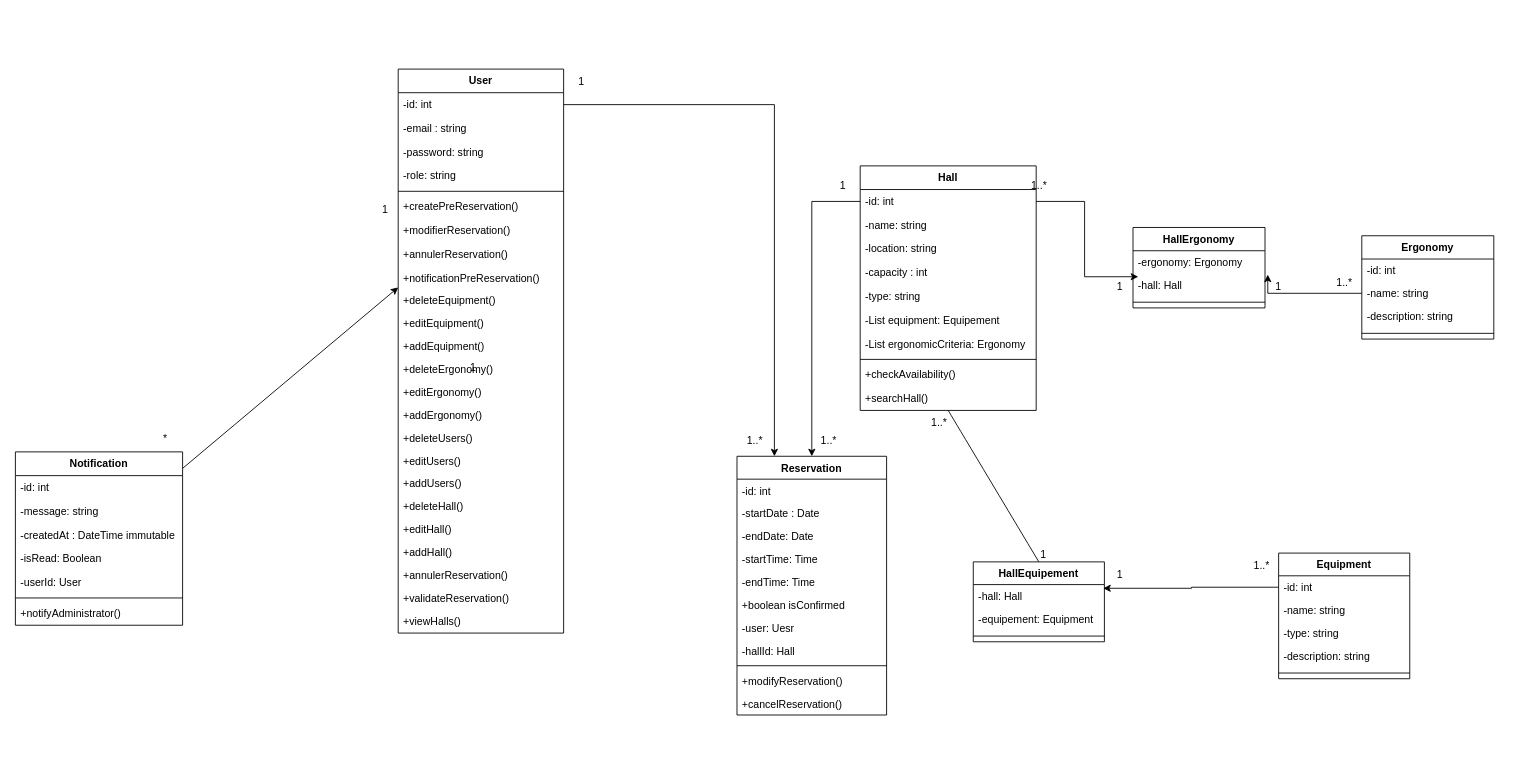
Earlier version of the draw.io diagram page "Page-6" (6 of 6) of Appli reservation de salle.drawio (tenyega/gestion_salle). Source tidied: cells renumbered, new cells numbered last; positions are measured from the earlier drawing's top-left corner, leaving out a move shared by most shapes. Both pictures are drawn from the tidied source at 88%, with x=0, y=0 at pixel (15, 69).
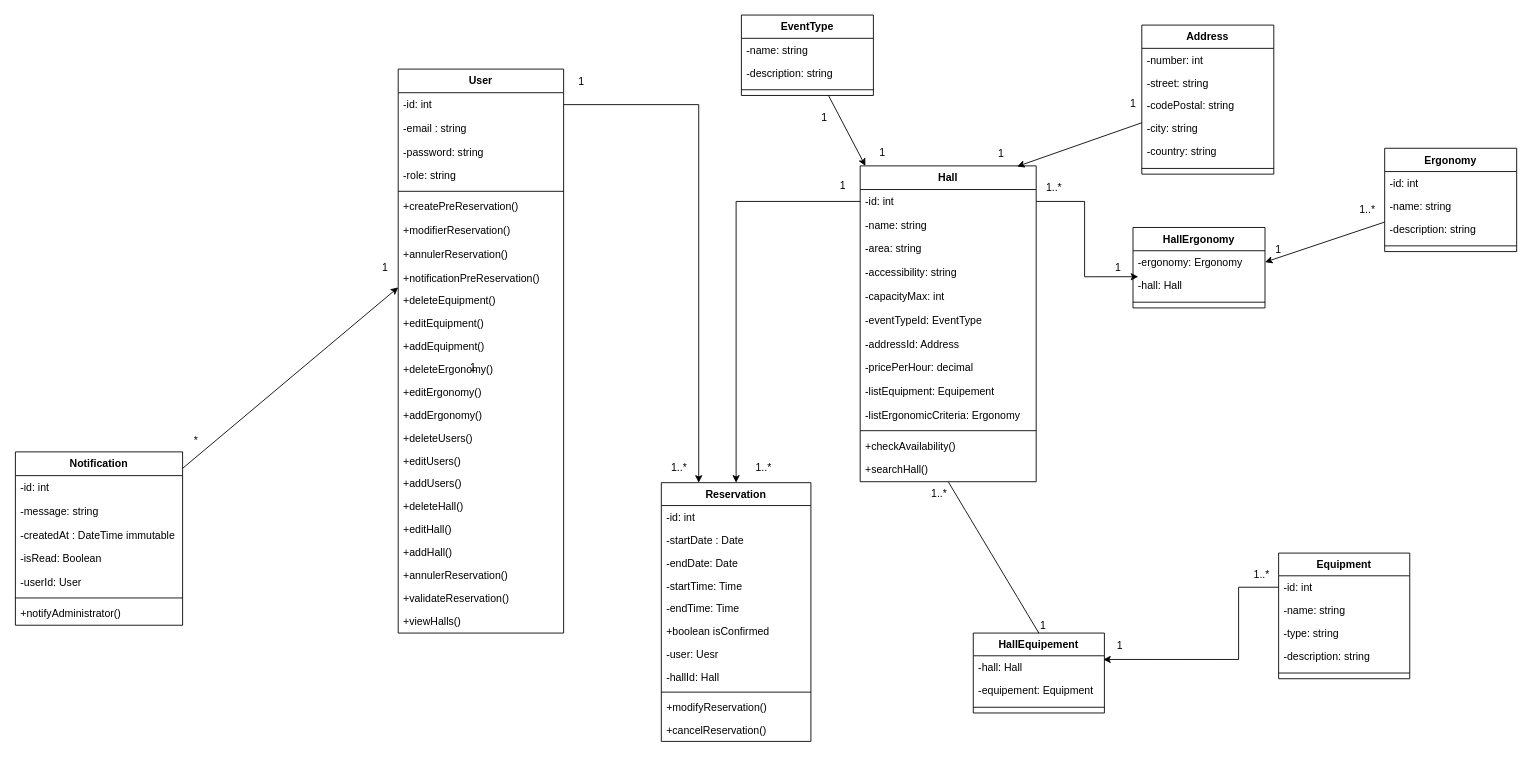
The same page after the edit.

Commit message:
modif diagramme

The change refers to these unchanged cells:
```xml
<mxCell id="51" value="-hall: Hall" style="text;strokeColor=none;fillColor=none;align=left;verticalAlign=top;spacingLeft=4;spacingRight=4;overflow=hidden;points=[[0,0.5],[1,0.5]];portConstraint=eastwest;" parent="50" vertex="1">
  <mxGeometry y="25.8" width="149" height="26" as="geometry" />
</mxCell>
<mxCell id="56" value="-name: string" style="text;strokeColor=none;fillColor=none;align=left;verticalAlign=top;spacingLeft=4;spacingRight=4;overflow=hidden;points=[[0,0.5],[1,0.5]];portConstraint=eastwest;" parent="54" vertex="1">
  <mxGeometry y="52.4" width="150" height="26" as="geometry" />
</mxCell>
<mxCell id="63" value="-ergonomy: Ergonomy" style="text;strokeColor=none;fillColor=none;align=left;verticalAlign=top;spacingLeft=4;spacingRight=4;overflow=hidden;points=[[0,0.5],[1,0.5]];portConstraint=eastwest;" parent="62" vertex="1">
  <mxGeometry y="26.4" width="150" height="26" as="geometry" />
</mxCell>
<mxCell id="64" value="-hall: Hall" style="text;strokeColor=none;fillColor=none;align=left;verticalAlign=top;spacingLeft=4;spacingRight=4;overflow=hidden;points=[[0,0.5],[1,0.5]];portConstraint=eastwest;" parent="62" vertex="1">
  <mxGeometry y="52.4" width="150" height="26" as="geometry" />
</mxCell>
<mxCell id="73" value="-id: int" style="text;strokeColor=none;fillColor=none;align=left;verticalAlign=top;spacingLeft=4;spacingRight=4;overflow=hidden;points=[[0,0.5],[1,0.5]];portConstraint=eastwest;" parent="72" vertex="1">
  <mxGeometry y="25.8" width="149" height="26" as="geometry" />
</mxCell>
```

What changed in the source:
```diff
@@
     <mxCell id="27" value="Hall" style="swimlane;fontStyle=1;align=center;verticalAlign=top;horizontal=1;startSize=26.857142857142858;" parent="1" vertex="1">
-      <mxGeometry x="960" y="110" width="200" height="277.9" as="geometry" />
+      <mxGeometry x="960" y="110" width="200" height="358.9" as="geometry" />
     </mxCell>
@@
-    <mxCell id="30" value="-location: string" style="text;strokeColor=none;fillColor=none;align=left;verticalAlign=top;spacingLeft=4;spacingRight=4;overflow=hidden;" parent="27" vertex="1">
-      <mxGeometry y="80.9" width="200" height="27" as="geometry" />
-    </mxCell>
+    <mxCell id="99" value="-area: string&#10;" style="text;strokeColor=none;fillColor=none;align=left;verticalAlign=top;spacingLeft=4;spacingRight=4;overflow=hidden;" parent="27" vertex="1">
+      <mxGeometry y="80.9" width="200" height="27" as="geometry" />
+    </mxCell>
+    <mxCell id="100" value="-accessibility: string&#10;" style="text;strokeColor=none;fillColor=none;align=left;verticalAlign=top;spacingLeft=4;spacingRight=4;overflow=hidden;" parent="27" vertex="1">
+      <mxGeometry y="107.9" width="200" height="27" as="geometry" />
+    </mxCell>
-    <mxCell id="31" value="-capacity : int" style="text;strokeColor=none;fillColor=none;align=left;verticalAlign=top;spacingLeft=4;spacingRight=4;overflow=hidden;" parent="27" vertex="1">
-      <mxGeometry y="107.9" width="200" height="27" as="geometry" />
+    <mxCell id="31" value="-capacityMax: int" style="text;strokeColor=none;fillColor=none;align=left;verticalAlign=top;spacingLeft=4;spacingRight=4;overflow=hidden;" parent="27" vertex="1">
+      <mxGeometry y="134.9" width="200" height="27" as="geometry" />
     </mxCell>
-    <mxCell id="32" value="-type: string" style="text;strokeColor=none;fillColor=none;align=left;verticalAlign=top;spacingLeft=4;spacingRight=4;overflow=hidden;" parent="27" vertex="1">
-      <mxGeometry y="134.9" width="200" height="27" as="geometry" />
-    </mxCell>
+    <mxCell id="101" value="-eventTypeId: EventType" style="text;strokeColor=none;fillColor=none;align=left;verticalAlign=top;spacingLeft=4;spacingRight=4;overflow=hidden;" parent="27" vertex="1">
+      <mxGeometry y="161.9" width="200" height="27" as="geometry" />
+    </mxCell>
+    <mxCell id="102" value="-addressId: Address" style="text;strokeColor=none;fillColor=none;align=left;verticalAlign=top;spacingLeft=4;spacingRight=4;overflow=hidden;" parent="27" vertex="1">
+      <mxGeometry y="188.9" width="200" height="27" as="geometry" />
+    </mxCell>
+    <mxCell id="103" value="-pricePerHour: decimal&#10;" style="text;strokeColor=none;fillColor=none;align=left;verticalAlign=top;spacingLeft=4;spacingRight=4;overflow=hidden;" parent="27" vertex="1">
+      <mxGeometry y="215.9" width="200" height="27" as="geometry" />
+    </mxCell>
-    <mxCell id="33" value="-List equipment: Equipement" style="text;strokeColor=none;fillColor=none;align=left;verticalAlign=top;spacingLeft=4;spacingRight=4;overflow=hidden;" parent="27" vertex="1">
-      <mxGeometry y="161.9" width="200" height="27" as="geometry" />
+    <mxCell id="33" value="-listEquipment: Equipement" style="text;strokeColor=none;fillColor=none;align=left;verticalAlign=top;spacingLeft=4;spacingRight=4;overflow=hidden;" parent="27" vertex="1">
+      <mxGeometry y="242.9" width="200" height="27" as="geometry" />
     </mxCell>
-    <mxCell id="34" value="-List ergonomicCriteria: Ergonomy" style="text;strokeColor=none;fillColor=none;align=left;verticalAlign=top;spacingLeft=4;spacingRight=4;overflow=hidden;" parent="27" vertex="1">
-      <mxGeometry y="188.9" width="200" height="27" as="geometry" />
+    <mxCell id="34" value="-listErgonomicCriteria: Ergonomy" style="text;strokeColor=none;fillColor=none;align=left;verticalAlign=top;spacingLeft=4;spacingRight=4;overflow=hidden;" parent="27" vertex="1">
+      <mxGeometry y="269.9" width="200" height="27" as="geometry" />
     </mxCell>
     <mxCell id="35" style="line;strokeWidth=1;fillColor=none;align=left;verticalAlign=middle;spacingTop=-1;spacingLeft=3;spacingRight=3;labelPosition=right;strokeColor=inherit;" parent="27" vertex="1">
-      <mxGeometry y="215.9" width="200" height="8" as="geometry" />
+      <mxGeometry y="296.9" width="200" height="8" as="geometry" />
     </mxCell>
     <mxCell id="36" value="+checkAvailability()" style="text;strokeColor=none;fillColor=none;align=left;verticalAlign=top;spacingLeft=4;spacingRight=4;overflow=hidden;" parent="27" vertex="1">
-      <mxGeometry y="223.9" width="200" height="27" as="geometry" />
+      <mxGeometry y="304.9" width="200" height="27" as="geometry" />
     </mxCell>
     <mxCell id="37" value="+searchHall()" style="text;strokeColor=none;fillColor=none;align=left;verticalAlign=top;spacingLeft=4;spacingRight=4;overflow=hidden;" parent="27" vertex="1">
-      <mxGeometry y="250.9" width="200" height="27" as="geometry" />
+      <mxGeometry y="331.9" width="200" height="27" as="geometry" />
     </mxCell>
     <mxCell id="38" value="Reservation" style="swimlane;fontStyle=1;align=center;verticalAlign=top;horizontal=1;startSize=26;" parent="1" vertex="1">
-      <mxGeometry x="820" y="440" width="170" height="294" as="geometry" />
+      <mxGeometry x="734" y="470" width="170" height="294" as="geometry" />
     </mxCell>
@@
     <mxCell id="50" value="HallEquipement" style="swimlane;fontStyle=1;align=center;verticalAlign=top;horizontal=1;startSize=25.818181818181817;" parent="1" vertex="1">
-      <mxGeometry x="1088.5" y="560" width="149" height="90.8" as="geometry" />
+      <mxGeometry x="1088.5" y="640.9" width="149" height="90.8" as="geometry" />
     </mxCell>
@@
+    <mxCell id="104" style="edgeStyle=none;html=1;entryX=1;entryY=0.5;entryDx=0;entryDy=0;" parent="1" edge="1" source="54" target="63">
+      <mxGeometry relative="1" as="geometry" />
+    </mxCell>
     <mxCell id="54" value="Ergonomy" style="swimlane;fontStyle=1;align=center;verticalAlign=top;horizontal=1;startSize=26.444444444444443;" parent="1" vertex="1">
-      <mxGeometry x="1530" y="189.4" width="150" height="117.4" as="geometry" />
+      <mxGeometry x="1556" y="90" width="150" height="117.4" as="geometry" />
     </mxCell>
@@
-    <mxCell id="67" style="edgeStyle=orthogonalEdgeStyle;rounded=0;jettySize=auto;html=1;entryX=1.021;entryY=0.044;entryDx=0;entryDy=0;entryPerimeter=0;" parent="1" edge="1" source="56" target="64">
-      <mxGeometry relative="1" as="geometry">
-        <Array as="points">
-          <mxPoint x="1423" y="255" />
-        </Array>
-      </mxGeometry>
-    </mxCell>
     <mxCell id="68" value="1..*" style="text;html=1;align=center;verticalAlign=middle;strokeColor=none;fillColor=none;" parent="1" vertex="1">
-      <mxGeometry x="1143" y="118" width="40" height="30" as="geometry" />
+      <mxGeometry x="1160" y="120" width="40" height="30" as="geometry" />
     </mxCell>
     <mxCell id="69" value="1" style="text;html=1;align=center;verticalAlign=middle;strokeColor=none;fillColor=none;" parent="1" vertex="1">
-      <mxGeometry x="1240" y="233.1" width="30" height="30" as="geometry" />
+      <mxGeometry x="1237.5" y="210.7" width="30" height="30" as="geometry" />
     </mxCell>
     <mxCell id="70" value="1" style="text;html=1;align=center;verticalAlign=middle;strokeColor=none;fillColor=none;" parent="1" vertex="1">
-      <mxGeometry x="1420" y="233.1" width="30" height="30" as="geometry" />
+      <mxGeometry x="1420" y="190" width="30" height="30" as="geometry" />
     </mxCell>
     <mxCell id="71" value="1..*" style="text;html=1;align=center;verticalAlign=middle;strokeColor=none;fillColor=none;" parent="1" vertex="1">
-      <mxGeometry x="1490" y="228" width="40" height="30" as="geometry" />
+      <mxGeometry x="1516" y="145" width="40" height="30" as="geometry" />
     </mxCell>
@@
     <mxCell id="78" style="edgeStyle=orthogonalEdgeStyle;rounded=0;jettySize=auto;html=1;entryX=0.991;entryY=0.161;entryDx=0;entryDy=0;entryPerimeter=0;" parent="1" edge="1" source="73" target="51">
-      <mxGeometry relative="1" as="geometry" />
+      <mxGeometry relative="1" as="geometry">
+        <Array as="points">
+          <mxPoint x="1390" y="589" />
+          <mxPoint x="1390" y="671" />
+        </Array>
+      </mxGeometry>
     </mxCell>
     <mxCell id="79" value="1" style="text;html=1;align=center;verticalAlign=middle;strokeColor=none;fillColor=none;" parent="1" vertex="1">
-      <mxGeometry x="1240" y="560" width="30" height="30" as="geometry" />
+      <mxGeometry x="1240" y="640.9" width="30" height="30" as="geometry" />
     </mxCell>
     <mxCell id="80" value="1..*" style="text;html=1;align=center;verticalAlign=middle;strokeColor=none;fillColor=none;" parent="1" vertex="1">
-      <mxGeometry x="1395.5" y="550" width="40" height="30" as="geometry" />
+      <mxGeometry x="1395.5" y="560" width="40" height="30" as="geometry" />
     </mxCell>
@@
     <mxCell id="83" value="1..*" style="text;html=1;align=center;verticalAlign=middle;strokeColor=none;fillColor=none;" parent="1" vertex="1">
-      <mxGeometry x="904" y="408" width="40" height="30" as="geometry" />
+      <mxGeometry x="830" y="438" width="40" height="30" as="geometry" />
     </mxCell>
@@
     <mxCell id="86" value="1..*" style="text;html=1;align=center;verticalAlign=middle;strokeColor=none;fillColor=none;" parent="1" vertex="1">
-      <mxGeometry x="820" y="408" width="40" height="30" as="geometry" />
+      <mxGeometry x="734" y="438" width="40" height="30" as="geometry" />
     </mxCell>
@@
     <mxCell id="97" value="*" style="text;html=1;align=center;verticalAlign=middle;strokeColor=none;fillColor=none;" parent="1" vertex="1">
-      <mxGeometry x="155" y="405" width="30" height="30" as="geometry" />
+      <mxGeometry x="190" y="408" width="30" height="30" as="geometry" />
     </mxCell>
     <mxCell id="98" value="1" style="text;html=1;align=center;verticalAlign=middle;strokeColor=none;fillColor=none;" parent="1" vertex="1">
-      <mxGeometry x="405" y="145" width="30" height="30" as="geometry" />
+      <mxGeometry x="405" y="210.7" width="30" height="30" as="geometry" />
     </mxCell>
+    <mxCell id="105" style="edgeStyle=none;html=1;" parent="1" edge="1" source="106" target="27">
+      <mxGeometry relative="1" as="geometry" />
+    </mxCell>
+    <mxCell id="106" value="EventType" style="swimlane;fontStyle=1;align=center;verticalAlign=top;horizontal=1;startSize=26.444444444444443;" parent="1" vertex="1">
+      <mxGeometry x="825" y="-61.4" width="150" height="91.4" as="geometry" />
+    </mxCell>
+    <mxCell id="107" value="-name: string" style="text;strokeColor=none;fillColor=none;align=left;verticalAlign=top;spacingLeft=4;spacingRight=4;overflow=hidden;" parent="106" vertex="1">
+      <mxGeometry y="26.4" width="150" height="26" as="geometry" />
+    </mxCell>
+    <mxCell id="108" value="-description: string" style="text;strokeColor=none;fillColor=none;align=left;verticalAlign=top;spacingLeft=4;spacingRight=4;overflow=hidden;" parent="106" vertex="1">
+      <mxGeometry y="52.4" width="150" height="26" as="geometry" />
+    </mxCell>
+    <mxCell id="109" style="line;strokeWidth=1;fillColor=none;align=left;verticalAlign=middle;spacingTop=-1;spacingLeft=3;spacingRight=3;labelPosition=right;strokeColor=inherit;" parent="106" vertex="1">
+      <mxGeometry y="78.4" width="150" height="13" as="geometry" />
+    </mxCell>
+    <mxCell id="110" value="1" style="text;html=1;align=center;verticalAlign=middle;strokeColor=none;fillColor=none;" parent="1" vertex="1">
+      <mxGeometry x="904" y="40" width="30" height="30" as="geometry" />
+    </mxCell>
+    <mxCell id="111" value="1" style="text;html=1;align=center;verticalAlign=middle;strokeColor=none;fillColor=none;" parent="1" vertex="1">
+      <mxGeometry x="970" y="80" width="30" height="30" as="geometry" />
+    </mxCell>
+    <mxCell id="112" style="edgeStyle=none;html=1;entryX=0.75;entryY=0;entryDx=0;entryDy=0;startArrow=none;" parent="1" edge="1" source="122" target="27">
+      <mxGeometry relative="1" as="geometry" />
+    </mxCell>
+    <mxCell id="113" style="edgeStyle=none;html=1;entryX=1.112;entryY=0.992;entryDx=0;entryDy=0;entryPerimeter=0;" parent="1" edge="1" source="114" target="122">
+      <mxGeometry relative="1" as="geometry" />
+    </mxCell>
+    <mxCell id="114" value="Address" style="swimlane;fontStyle=1;align=center;verticalAlign=top;horizontal=1;startSize=26.444444444444443;" parent="1" vertex="1">
+      <mxGeometry x="1280" y="-50" width="150" height="169.4" as="geometry" />
+    </mxCell>
+    <mxCell id="115" value="-number: int " style="text;strokeColor=none;fillColor=none;align=left;verticalAlign=top;spacingLeft=4;spacingRight=4;overflow=hidden;" parent="114" vertex="1">
+      <mxGeometry y="26.4" width="150" height="26" as="geometry" />
+    </mxCell>
+    <mxCell id="116" value="-street: string" style="text;strokeColor=none;fillColor=none;align=left;verticalAlign=top;spacingLeft=4;spacingRight=4;overflow=hidden;" parent="114" vertex="1">
+      <mxGeometry y="52.4" width="150" height="26" as="geometry" />
+    </mxCell>
+    <mxCell id="117" value="-codePostal: string" style="text;strokeColor=none;fillColor=none;align=left;verticalAlign=top;spacingLeft=4;spacingRight=4;overflow=hidden;" parent="114" vertex="1">
+      <mxGeometry y="78.4" width="150" height="26" as="geometry" />
+    </mxCell>
+    <mxCell id="118" value="-city: string&#10;" style="text;strokeColor=none;fillColor=none;align=left;verticalAlign=top;spacingLeft=4;spacingRight=4;overflow=hidden;" parent="114" vertex="1">
+      <mxGeometry y="104.4" width="150" height="26" as="geometry" />
+    </mxCell>
+    <mxCell id="119" value="-country: string" style="text;strokeColor=none;fillColor=none;align=left;verticalAlign=top;spacingLeft=4;spacingRight=4;overflow=hidden;" parent="114" vertex="1">
+      <mxGeometry y="130.4" width="150" height="26" as="geometry" />
+    </mxCell>
+    <mxCell id="120" style="line;strokeWidth=1;fillColor=none;align=left;verticalAlign=middle;spacingTop=-1;spacingLeft=3;spacingRight=3;labelPosition=right;strokeColor=inherit;" parent="114" vertex="1">
+      <mxGeometry y="156.4" width="150" height="13" as="geometry" />
+    </mxCell>
+    <mxCell id="121" value="1" style="text;html=1;align=center;verticalAlign=middle;strokeColor=none;fillColor=none;" parent="1" vertex="1">
+      <mxGeometry x="1255" y="25" width="30" height="30" as="geometry" />
+    </mxCell>
+    <mxCell id="122" value="1" style="text;html=1;align=center;verticalAlign=middle;points=[];strokeColor=none;fillColor=none;" parent="1" vertex="1">
+      <mxGeometry x="1105" y="80.9" width="30" height="30" as="geometry" />
+    </mxCell>
```
